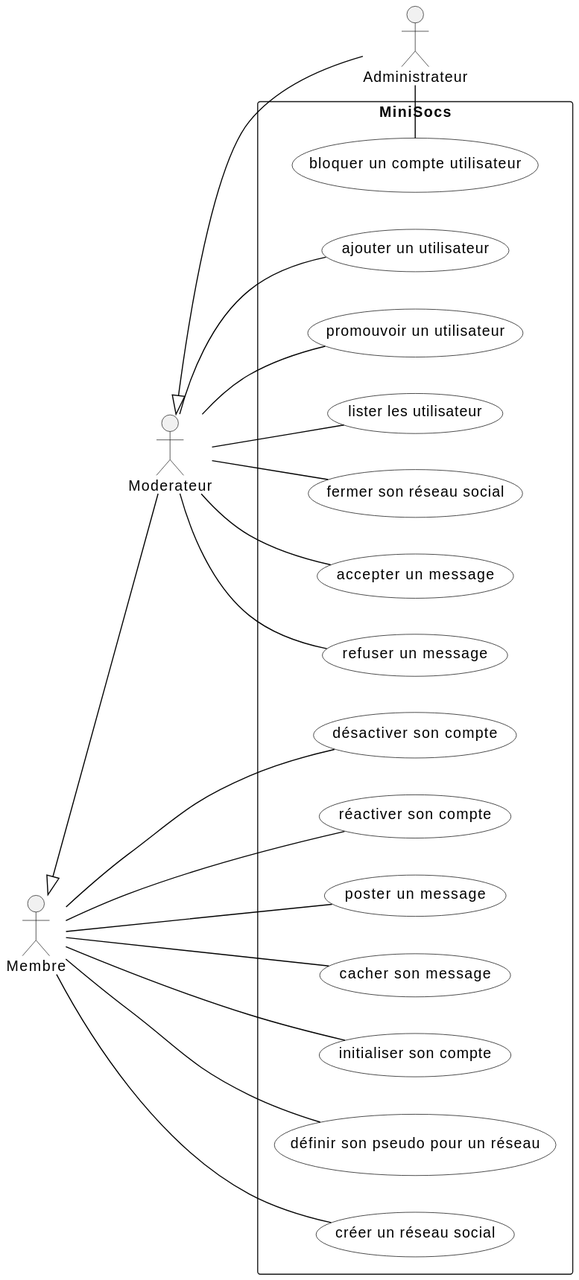
This is Diagrammes/minisocs_uml_diag_cas_utilisation.svg from ThELud0/Minisocs, a PlantUML export, as it was before one commit.
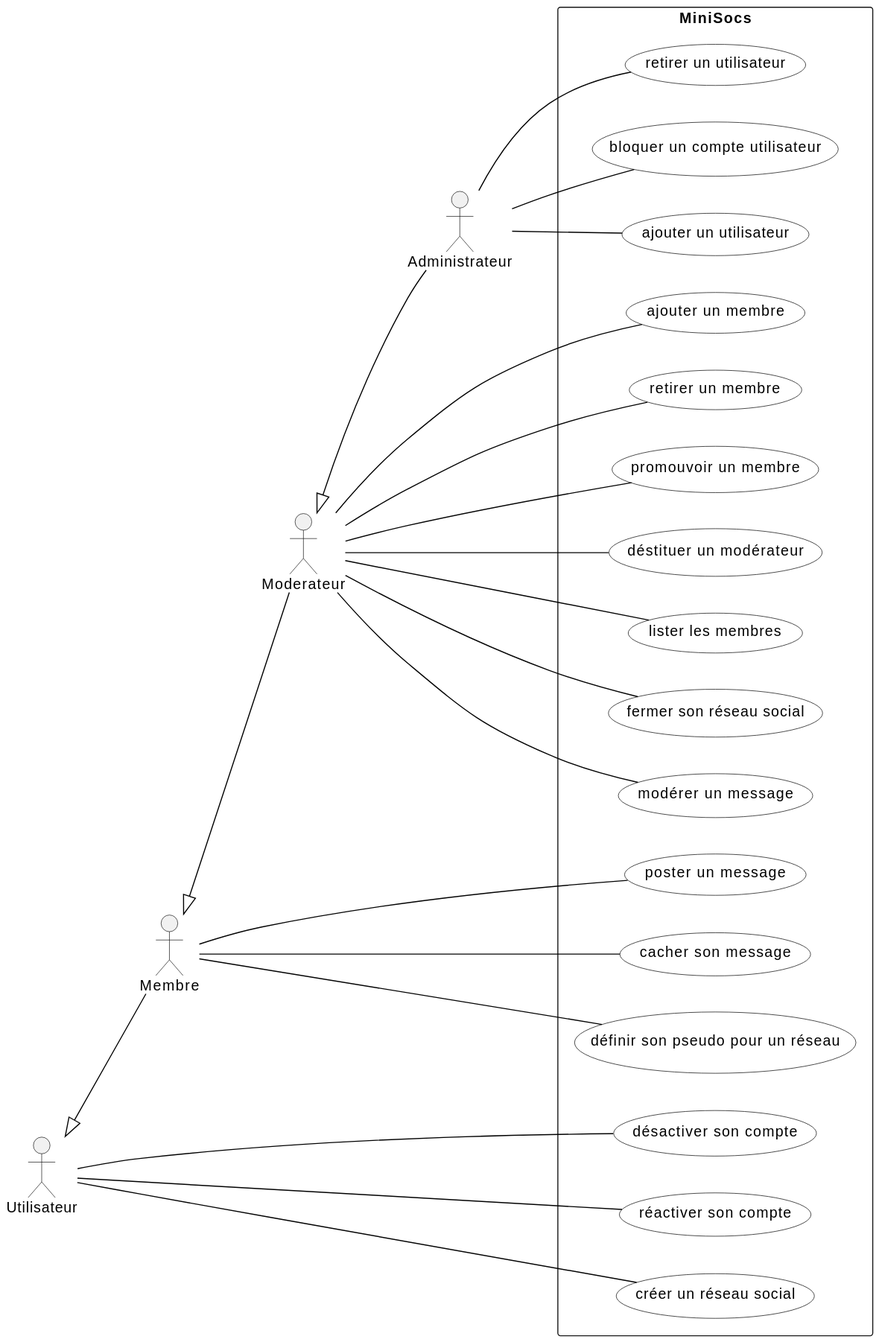
Later version of the same file.

Commit message:
changement du diagramme et des cas d'utilisation en accord avec les remarques du suivi

Change to the diagram source:
```diff
@@ -12,23 +12,27 @@
 actor Administrateur
 actor Moderateur
 actor Membre
+actor Utilisateur
 Moderateur <|-- Administrateur
 Membre <|-- Moderateur
+Utilisateur <|-- Membre
 rectangle "MiniSocs" {
 
 :Administrateur: -- (bloquer un compte utilisateur)
-:Moderateur: -- (ajouter un utilisateur)
-:Moderateur: -- (promouvoir un utilisateur)
-:Moderateur: -- (lister les utilisateur)
+:Administrateur: -- (ajouter un utilisateur)
+:Administrateur: -- (retirer un utilisateur)
+:Moderateur: -- (ajouter un membre)
+:Moderateur: -- (retirer un membre)
+:Moderateur: -- (promouvoir un membre)
+:Moderateur: -- (déstituer un modérateur)
+:Moderateur: -- (lister les membres)
 :Moderateur: -- (fermer son réseau social)
-:Moderateur: -- (accepter un message)
-:Moderateur: -- (refuser un message)
-:Membre:    -- (désactiver son compte)
-:Membre:    -- (réactiver son compte)
+:Moderateur: -- (modérer un message)
+:Utilisateur:    -- (désactiver son compte)
+:Utilisateur:    -- (réactiver son compte)
 :Membre:    -- (poster un message)
 :Membre:    -- (cacher son message)
-:Membre:    -- (initialiser son compte)
 :Membre:    -- (définir son pseudo pour un réseau)
-:Membre:    -- (créer un réseau social)
+:Utilisateur:    -- (créer un réseau social)
 }
 @enduml
```
